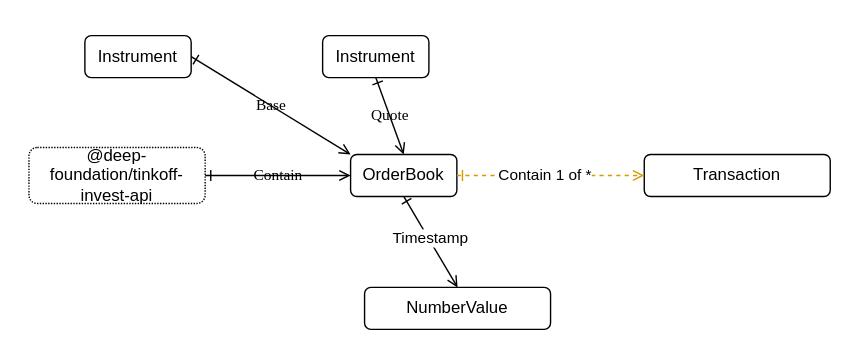
Before: src/orderbook/OrderBook.drawio.svg, a diagram exported from draw.io (suenot/deep-tinkoff-invest-api). Source tidied: cells renumbered, new cells last; positions are measured from the earlier drawing's top-left corner, leaving out a move shared by most shapes.
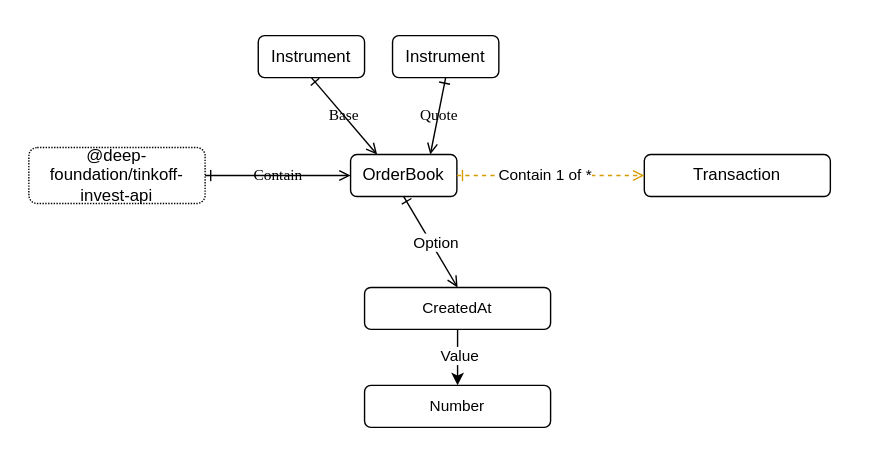
Above is the later version.

Diff of the diagram source:
```diff
@@ -3,7 +3,7 @@
     <mxCell id="0" />
     <mxCell id="1" parent="0" />
     <mxCell id="2" style="rounded=0;whiteSpace=wrap;html=1;strokeColor=none;" parent="1" vertex="1">
-      <mxGeometry width="610" height="250" as="geometry" />
+      <mxGeometry width="620" height="325" as="geometry" />
     </mxCell>
     <mxCell id="3" value="OrderBook" style="rounded=1;whiteSpace=wrap;html=1;labelBackgroundColor=none;" parent="1" vertex="1">
       <mxGeometry x="250" y="110" width="76" height="30" as="geometry" />
@@ -24,25 +24,34 @@
       <mxGeometry relative="1" as="geometry" />
     </mxCell>
     <mxCell id="9" value="Instrument" style="rounded=1;whiteSpace=wrap;html=1;labelBackgroundColor=none;" parent="1" vertex="1">
-      <mxGeometry x="60" y="25" width="76" height="30" as="geometry" />
+      <mxGeometry x="184" y="25" width="76" height="30" as="geometry" />
     </mxCell>
-    <mxCell id="10" value="Base" style="jettySize=auto;html=1;shadow=0;labelBackgroundColor=none;startArrow=ERone;startFill=0;endArrow=open;endFill=0;fontColor=#000000;fontFamily=Comic Sans MS;exitX=1;exitY=0.5;exitDx=0;exitDy=0;entryX=0;entryY=0;entryDx=0;entryDy=0;" parent="1" edge="1" source="9" target="3">
+    <mxCell id="10" value="Base" style="jettySize=auto;html=1;shadow=0;labelBackgroundColor=none;startArrow=ERone;startFill=0;endArrow=open;endFill=0;fontColor=#000000;fontFamily=Comic Sans MS;exitX=0.5;exitY=1;exitDx=0;exitDy=0;entryX=0.25;entryY=0;entryDx=0;entryDy=0;" parent="1" edge="1" source="9" target="3">
       <mxGeometry relative="1" as="geometry" />
     </mxCell>
+    <mxCell id="16" style="edgeStyle=none;html=1;exitX=0.5;exitY=1;exitDx=0;exitDy=0;" parent="1" edge="1" source="11" target="19">
+      <mxGeometry relative="1" as="geometry" />
+    </mxCell>
+    <mxCell id="17" value="Value" style="edgeLabel;html=1;align=center;verticalAlign=middle;" parent="16" vertex="1">
+      <mxGeometry x="-0.1" y="1" relative="1" as="geometry" />
+    </mxCell>
-    <mxCell id="11" value="NumberValue" style="rounded=1;whiteSpace=wrap;html=1;labelBackgroundColor=none;" parent="1" vertex="1">
+    <mxCell id="11" value="&lt;span style=&quot;font-size: 11px ; background-color: rgb(255 , 255 , 255)&quot;&gt;CreatedAt&lt;/span&gt;" style="rounded=1;whiteSpace=wrap;html=1;labelBackgroundColor=none;" parent="1" vertex="1">
       <mxGeometry x="260" y="205" width="133" height="30" as="geometry" />
     </mxCell>
     <mxCell id="12" style="edgeStyle=none;html=1;startArrow=ERone;startFill=0;entryX=0.5;entryY=0;entryDx=0;entryDy=0;endArrow=open;endFill=0;exitX=0.5;exitY=1;exitDx=0;exitDy=0;" parent="1" edge="1" source="3" target="11">
       <mxGeometry relative="1" as="geometry" />
     </mxCell>
-    <mxCell id="13" value="Timestamp" style="edgeLabel;html=1;align=center;verticalAlign=middle;" parent="12" vertex="1">
-      <mxGeometry x="-0.07" y="1" relative="1" as="geometry" />
-    </mxCell>
+    <mxCell id="18" value="Option" style="edgeLabel;html=1;align=center;verticalAlign=middle;" parent="12" vertex="1">
+      <mxGeometry x="0.03" y="3" relative="1" as="geometry" />
+    </mxCell>
     <mxCell id="14" value="Instrument" style="rounded=1;whiteSpace=wrap;html=1;labelBackgroundColor=none;" parent="1" vertex="1">
-      <mxGeometry x="230" y="25" width="76" height="30" as="geometry" />
+      <mxGeometry x="280" y="25" width="76" height="30" as="geometry" />
     </mxCell>
-    <mxCell id="15" value="Quote" style="jettySize=auto;html=1;shadow=0;labelBackgroundColor=none;startArrow=ERone;startFill=0;endArrow=open;endFill=0;fontColor=#000000;fontFamily=Comic Sans MS;exitX=0.5;exitY=1;exitDx=0;exitDy=0;entryX=0.5;entryY=0;entryDx=0;entryDy=0;" parent="1" edge="1" source="14" target="3">
+    <mxCell id="15" value="Quote" style="jettySize=auto;html=1;shadow=0;labelBackgroundColor=none;startArrow=ERone;startFill=0;endArrow=open;endFill=0;fontColor=#000000;fontFamily=Comic Sans MS;exitX=0.5;exitY=1;exitDx=0;exitDy=0;entryX=0.75;entryY=0;entryDx=0;entryDy=0;" parent="1" edge="1" source="14" target="3">
       <mxGeometry relative="1" as="geometry" />
     </mxCell>
+    <mxCell id="19" value="&lt;span style=&quot;font-size: 11px ; background-color: rgb(255 , 255 , 255)&quot;&gt;Number&lt;/span&gt;" style="rounded=1;whiteSpace=wrap;html=1;labelBackgroundColor=none;" parent="1" vertex="1">
+      <mxGeometry x="260" y="275" width="133" height="30" as="geometry" />
+    </mxCell>
   </root>
 </mxGraphModel>
```
